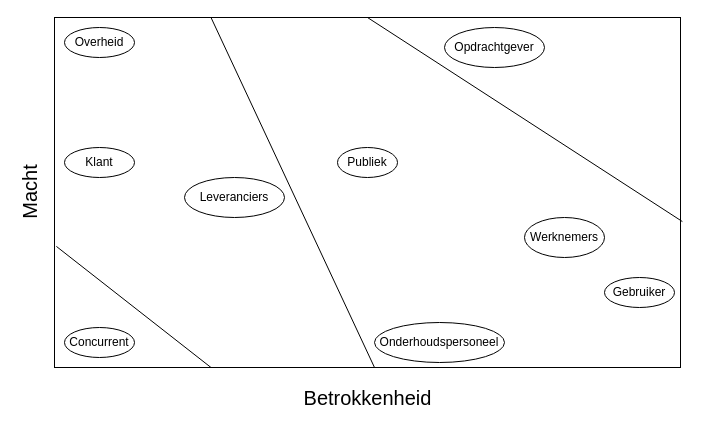
The draw.io diagram Stakeholders/draw.io/invloed-betrokkenheids grafiek.drawio in ASCanak/SysEn, before the edit. Source tidied: cells renumbered, new cells numbered last; positions are measured from the earlier drawing's top-left corner, leaving out a move shared by most shapes. Both pictures are drawn from the tidied source at 100%, with x=0, y=0 at pixel (-6, 17).
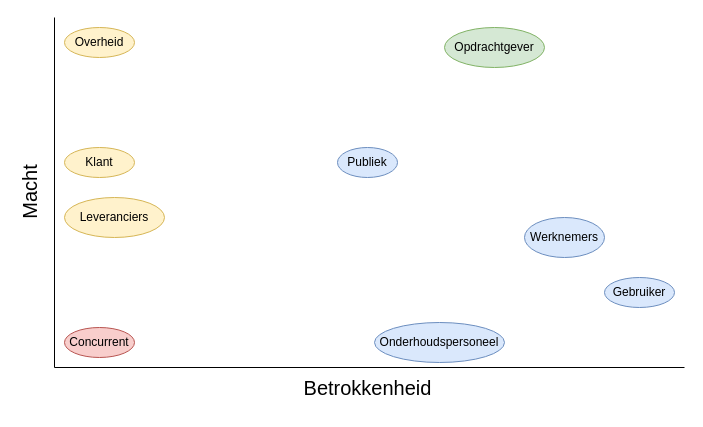
Above is the later version.

The edit, as a diff of the source:
```diff
@@
 <mxGraphModel>
   <root>
     <mxCell id="0" />
     <mxCell id="1" parent="0" />
-    <mxCell id="2" style="rounded=0;whiteSpace=wrap;html=1;" parent="1" vertex="1">
-      <mxGeometry x="60" width="626" height="350" as="geometry" />
-    </mxCell>
     <mxCell id="3" value="&lt;font style=&quot;font-size: 20px&quot;&gt;Betrokkenheid&lt;/font&gt;" style="text;html=1;align=center;verticalAlign=middle;" parent="1" vertex="1">
-      <mxGeometry x="303" y="370" width="140" height="20" as="geometry" />
+      <mxGeometry x="303" y="360" width="140" height="20" as="geometry" />
     </mxCell>
     <mxCell id="4" value="&lt;font style=&quot;font-size: 20px&quot;&gt;Macht&lt;/font&gt;" style="text;html=1;align=center;verticalAlign=middle;rotation=-90;" parent="1" vertex="1">
       <mxGeometry y="165" width="70" height="20" as="geometry" />
     </mxCell>
-    <mxCell id="5" value="Concurrent" style="ellipse;whiteSpace=wrap;html=1;" parent="1" vertex="1">
+    <mxCell id="5" value="Concurrent" style="ellipse;whiteSpace=wrap;html=1;fillColor=#f8cecc;strokeColor=#b85450;" parent="1" vertex="1">
       <mxGeometry x="70" y="310" width="70" height="30" as="geometry" />
     </mxCell>
-    <mxCell id="6" value="Opdrachtgever" style="ellipse;whiteSpace=wrap;html=1;" parent="1" vertex="1">
+    <mxCell id="6" value="Opdrachtgever" style="ellipse;whiteSpace=wrap;html=1;fillColor=#d5e8d4;strokeColor=#82b366;" parent="1" vertex="1">
       <mxGeometry x="450" y="10" width="100" height="40" as="geometry" />
     </mxCell>
-    <mxCell id="7" value="Werknemers" style="ellipse;whiteSpace=wrap;html=1;" parent="1" vertex="1">
+    <mxCell id="7" value="Werknemers" style="ellipse;whiteSpace=wrap;html=1;fillColor=#dae8fc;strokeColor=#6c8ebf;" parent="1" vertex="1">
       <mxGeometry x="530" y="200" width="80" height="40" as="geometry" />
     </mxCell>
-    <mxCell id="8" value="Gebruiker" style="ellipse;whiteSpace=wrap;html=1;" parent="1" vertex="1">
+    <mxCell id="8" value="Gebruiker" style="ellipse;whiteSpace=wrap;html=1;fillColor=#dae8fc;strokeColor=#6c8ebf;" parent="1" vertex="1">
       <mxGeometry x="610" y="260" width="70" height="30" as="geometry" />
     </mxCell>
-    <mxCell id="9" value="Onderhoudspersoneel" style="ellipse;whiteSpace=wrap;html=1;" parent="1" vertex="1">
+    <mxCell id="9" value="Onderhoudspersoneel" style="ellipse;whiteSpace=wrap;html=1;fillColor=#dae8fc;strokeColor=#6c8ebf;" parent="1" vertex="1">
       <mxGeometry x="380" y="305" width="130" height="40" as="geometry" />
     </mxCell>
-    <mxCell id="10" value="Overheid" style="ellipse;whiteSpace=wrap;html=1;" parent="1" vertex="1">
+    <mxCell id="10" value="Overheid" style="ellipse;whiteSpace=wrap;html=1;fillColor=#fff2cc;strokeColor=#d6b656;" parent="1" vertex="1">
       <mxGeometry x="70" y="10" width="70" height="30" as="geometry" />
     </mxCell>
-    <mxCell id="11" value="Leveranciers" style="ellipse;whiteSpace=wrap;html=1;" parent="1" vertex="1">
-      <mxGeometry x="190" y="160" width="100" height="40" as="geometry" />
+    <mxCell id="11" value="Leveranciers" style="ellipse;whiteSpace=wrap;html=1;fillColor=#fff2cc;strokeColor=#d6b656;" parent="1" vertex="1">
+      <mxGeometry x="70" y="180" width="100" height="40" as="geometry" />
     </mxCell>
-    <mxCell id="12" value="Klant" style="ellipse;whiteSpace=wrap;html=1;" parent="1" vertex="1">
+    <mxCell id="12" value="Klant" style="ellipse;whiteSpace=wrap;html=1;fillColor=#fff2cc;strokeColor=#d6b656;" parent="1" vertex="1">
       <mxGeometry x="70" y="130" width="70" height="30" as="geometry" />
     </mxCell>
-    <mxCell id="13" style="endArrow=none;html=1;exitX=0.5;exitY=0;exitDx=0;exitDy=0;entryX=1.003;entryY=0.583;entryDx=0;entryDy=0;entryPerimeter=0;" parent="1" edge="1" source="2" target="2">
-      <mxGeometry relative="1" as="geometry" />
-    </mxCell>
-    <mxCell id="14" style="endArrow=none;html=1;exitX=0.25;exitY=0;exitDx=0;exitDy=0;" parent="1" edge="1" source="2">
-      <mxGeometry relative="1" as="geometry">
-        <mxPoint x="380" y="350" as="targetPoint" />
-      </mxGeometry>
-    </mxCell>
-    <mxCell id="15" style="endArrow=none;html=1;exitX=0.003;exitY=0.654;exitDx=0;exitDy=0;exitPerimeter=0;entryX=0.25;entryY=1;entryDx=0;entryDy=0;" parent="1" edge="1" source="2" target="2">
-      <mxGeometry relative="1" as="geometry" />
-    </mxCell>
-    <mxCell id="16" value="Publiek" style="ellipse;whiteSpace=wrap;html=1;" parent="1" vertex="1">
+    <mxCell id="16" value="Publiek" style="ellipse;whiteSpace=wrap;html=1;fillColor=#dae8fc;strokeColor=#6c8ebf;" parent="1" vertex="1">
       <mxGeometry x="343" y="130" width="60" height="30" as="geometry" />
     </mxCell>
+    <mxCell id="17" style="endArrow=none;html=1;" parent="1" edge="1">
+      <mxGeometry relative="1" as="geometry">
+        <mxPoint x="60" y="350" as="sourcePoint" />
+        <mxPoint x="60" as="targetPoint" />
+      </mxGeometry>
+    </mxCell>
+    <mxCell id="18" style="endArrow=none;html=1;" parent="1" edge="1">
+      <mxGeometry relative="1" as="geometry">
+        <mxPoint x="60" y="350" as="sourcePoint" />
+        <mxPoint x="690" y="350" as="targetPoint" />
+      </mxGeometry>
+    </mxCell>
   </root>
 </mxGraphModel>
```
